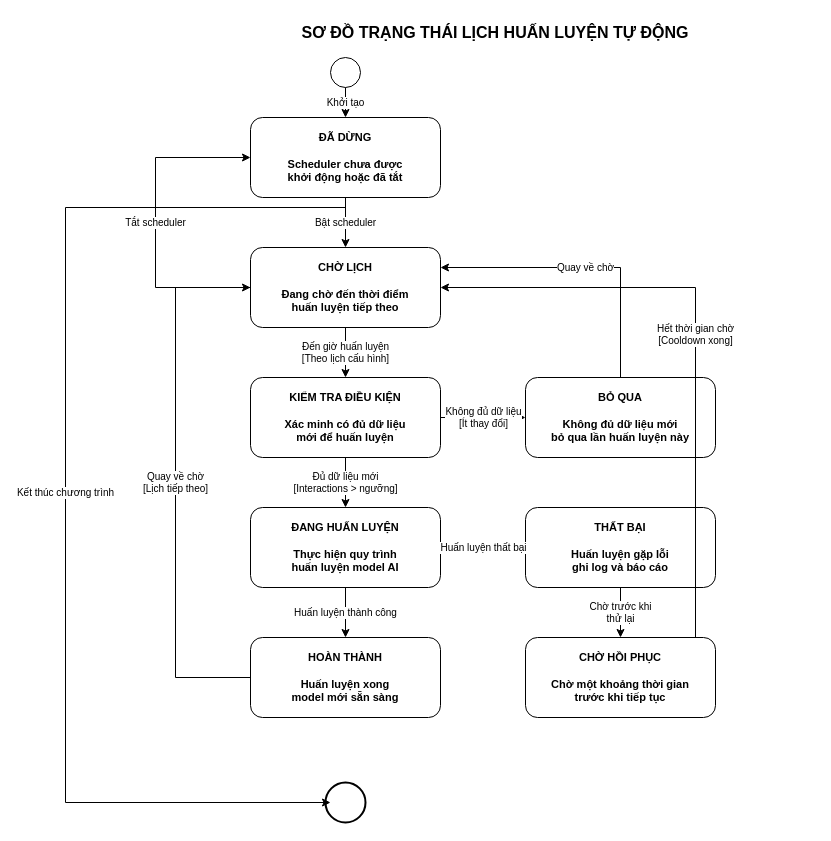
This is diagrams/state/7_scheduler_state.drawio from VennDev/VRecommendSystem, a draw.io file, before an edit. Source tidied: cells renumbered, new cells numbered last; positions are measured from the earlier drawing's top-left corner, leaving out a move shared by most shapes. Both pictures are drawn from the tidied source at 100%, with x=0, y=0 at pixel (65, 17).
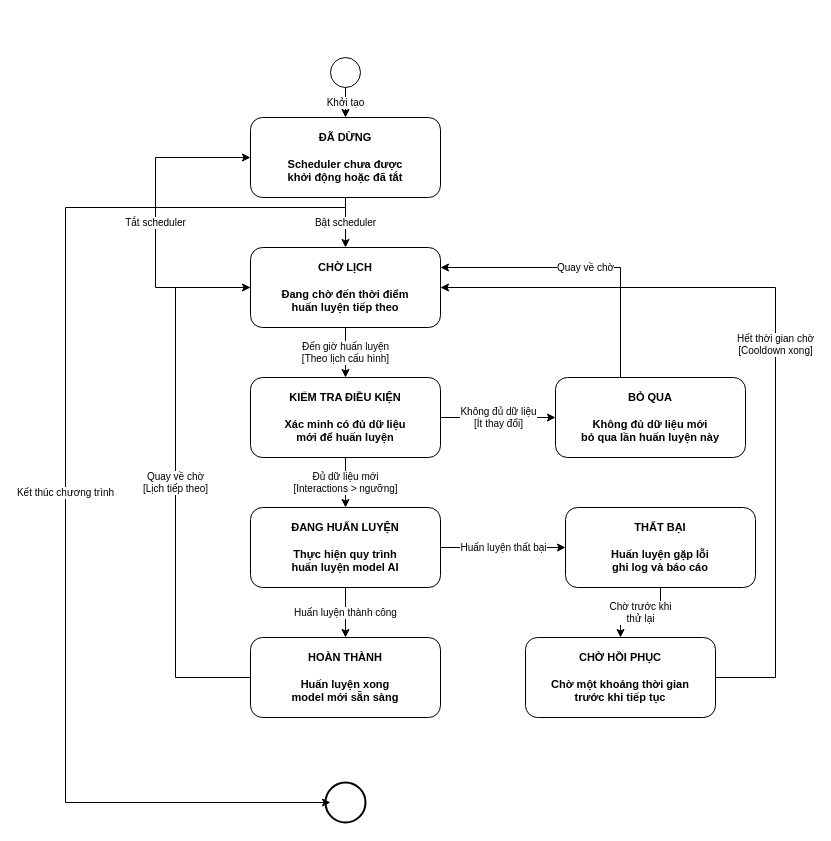
The same page after the edit.

Unchanged cells that the change refers to:
```xml
<mxCell id="5" value="CHỜ LỊCH&#10;&#10;Đang chờ đến thời điểm&#10;huấn luyện tiếp theo" style="rounded=1;whiteSpace=wrap;html=1;fontSize=11;fontStyle=1;" parent="1" vertex="1">
  <mxGeometry x="185" y="230" width="190" height="80" as="geometry" />
</mxCell>
<mxCell id="11" value="CHỜ HỒI PHỤC&#10;&#10;Chờ một khoảng thời gian&#10;trước khi tiếp tục" style="rounded=1;whiteSpace=wrap;html=1;fontSize=11;fontStyle=1;" parent="1" vertex="1">
  <mxGeometry x="460" y="620" width="190" height="80" as="geometry" />
</mxCell>
```

The edit, as a diff of the source:
```diff
@@
-    <mxCell id="2" value="SƠ ĐỒ TRẠNG THÁI LỊCH HUẤN LUYỆN TỰ ĐỘNG" style="text;html=1;align=center;verticalAlign=middle;whiteSpace=wrap;rounded=0;fontSize=16;fontStyle=1;" parent="1" vertex="1">
-      <mxGeometry x="180" width="500" height="30" as="geometry" />
-    </mxCell>
@@
     <mxCell id="8" value="BỎ QUA&#10;&#10;Không đủ dữ liệu mới&#10;bỏ qua lần huấn luyện này" style="rounded=1;whiteSpace=wrap;html=1;fontSize=11;fontStyle=1;" parent="1" vertex="1">
-      <mxGeometry x="460" y="360" width="190" height="80" as="geometry" />
+      <mxGeometry x="490" y="360" width="190" height="80" as="geometry" />
     </mxCell>
@@
     <mxCell id="10" value="THẤT BẠI&#10;&#10;Huấn luyện gặp lỗi&#10;ghi log và báo cáo" style="rounded=1;whiteSpace=wrap;html=1;fontSize=11;fontStyle=1;" parent="1" vertex="1">
-      <mxGeometry x="460" y="490" width="190" height="80" as="geometry" />
+      <mxGeometry x="500" y="490" width="190" height="80" as="geometry" />
     </mxCell>
@@
     <mxCell id="24" value="Hết thời gian chờ&#10;[Cooldown xong]" style="edgeStyle=orthogonalEdgeStyle;rounded=0;jettySize=auto;html=1;endArrow=classic;endFill=1;fontSize=10;" parent="1" edge="1" source="11" target="5">
       <mxGeometry relative="1" as="geometry">
         <Array as="points">
-          <mxPoint x="630" y="660" />
-          <mxPoint x="630" y="270" />
+          <mxPoint x="710" y="660" />
+          <mxPoint x="710" y="270" />
         </Array>
       </mxGeometry>
     </mxCell>
```
